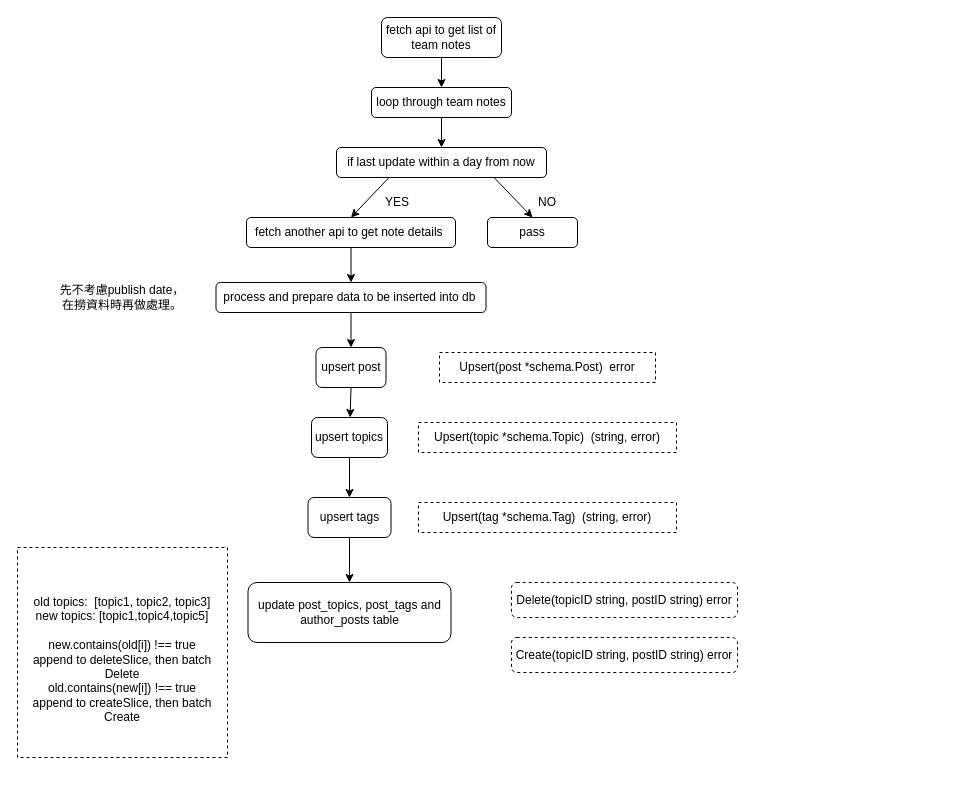
The draw.io diagram publish_post.drawio in JasonChan1129/cms-flowchart, before the edit. Source tidied: cells renumbered, new cells numbered last; positions are measured from the earlier drawing's top-left corner, leaving out a move shared by most shapes. Both pictures are drawn from the tidied source at 100%, with x=0, y=0 at pixel (17, 17).
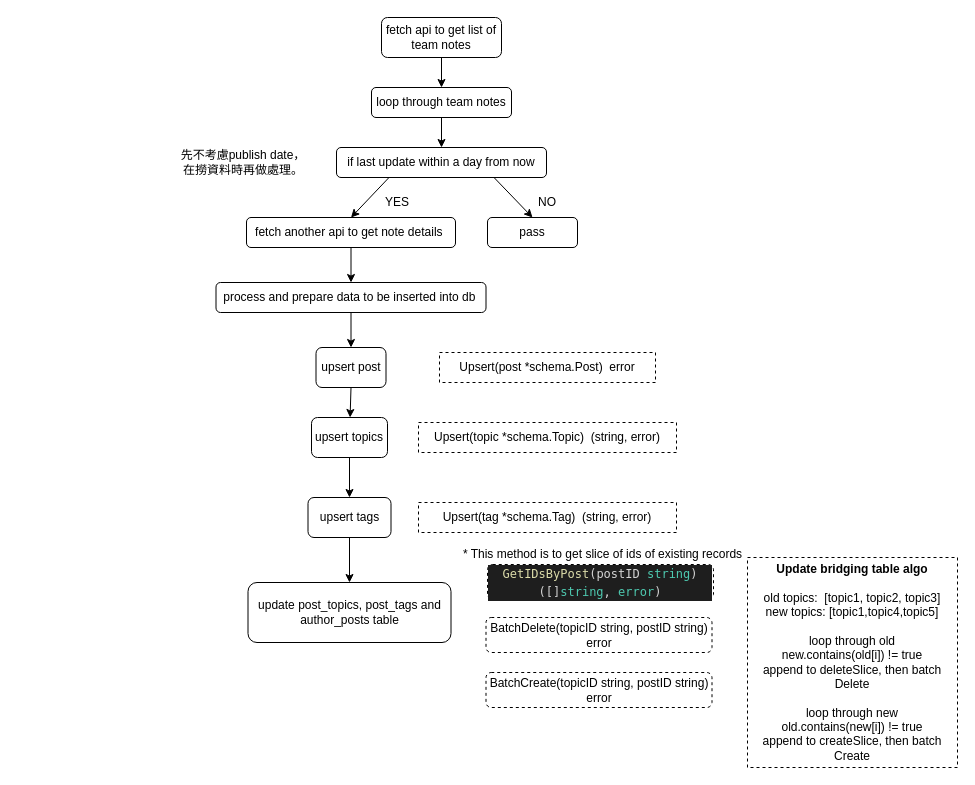
The same page after the edit.

Diff of the diagram source:
```diff
@@
-    <mxCell id="11" value="&lt;br&gt;old topics:&amp;nbsp; [topic1, topic2, topic3]&lt;br&gt;new topics: [topic1,topic4,topic5]&lt;br&gt;&lt;br&gt;new.contains(old[i]) !== true&lt;br&gt;append to deleteSlice, then batch Delete&lt;br&gt;old.contains(new[i]) !== true&lt;br&gt;append to createSlice, then batch Create" style="whiteSpace=wrap;html=1;dashed=1;rounded=0;glass=0;" parent="1" vertex="1">
-      <mxGeometry y="530" width="210" height="210" as="geometry" />
+    <mxCell id="11" value="&lt;b&gt;Update bridging table algo&lt;br&gt;&lt;/b&gt;&lt;br&gt;old topics:&amp;nbsp; [topic1, topic2, topic3]&lt;br&gt;new topics: [topic1,topic4,topic5]&lt;br&gt;&lt;br&gt;loop through old&lt;br&gt;new.contains(old[i]) != true&lt;br&gt;append to deleteSlice, then batch Delete&lt;br&gt;&lt;br&gt;loop through new&lt;br&gt;old.contains(new[i]) != true&lt;br&gt;append to createSlice, then batch Create" style="whiteSpace=wrap;html=1;dashed=1;rounded=0;glass=0;" parent="1" vertex="1">
+      <mxGeometry x="730" y="540" width="210" height="210" as="geometry" />
     </mxCell>
     <mxCell id="12" value="先不考慮publish date，在撈資料時再做處理。" style="text;html=1;strokeColor=none;fillColor=none;align=center;verticalAlign=middle;whiteSpace=wrap;rounded=0;glass=0;dashed=1;" parent="1" vertex="1">
-      <mxGeometry x="40" y="240" width="130" height="80" as="geometry" />
+      <mxGeometry x="160.5" y="105" width="130" height="80" as="geometry" />
     </mxCell>
@@
-    <mxCell id="28" value="Delete(topicID string, postID string) error" style="rounded=1;whiteSpace=wrap;html=1;glass=0;dashed=1;" parent="1" vertex="1">
-      <mxGeometry x="494" y="565" width="226" height="35" as="geometry" />
+    <mxCell id="28" value="BatchDelete(topicID string, postID string) error" style="rounded=1;whiteSpace=wrap;html=1;glass=0;dashed=1;" parent="1" vertex="1">
+      <mxGeometry x="468.5" y="600" width="226" height="35" as="geometry" />
     </mxCell>
-    <mxCell id="29" value="Create(topicID string, postID string) error" style="rounded=1;whiteSpace=wrap;html=1;glass=0;dashed=1;" parent="1" vertex="1">
-      <mxGeometry x="494" y="620" width="226" height="35" as="geometry" />
+    <mxCell id="29" value="BatchCreate(topicID string, postID string) error" style="rounded=1;whiteSpace=wrap;html=1;glass=0;dashed=1;" parent="1" vertex="1">
+      <mxGeometry x="468.5" y="655" width="226" height="35" as="geometry" />
     </mxCell>
+    <mxCell id="30" value="&lt;p style=&quot;background-color: rgb(30 , 30 , 30) ; line-height: 18px ; color: rgb(212 , 212 , 212) ; font-family: &amp;#34;menlo&amp;#34; , &amp;#34;monaco&amp;#34; , &amp;#34;courier new&amp;#34; , monospace&quot;&gt;&lt;span style=&quot;color: rgb(220 , 220 , 170)&quot;&gt;GetIDsByPost&lt;/span&gt;(postID &lt;span style=&quot;color: rgb(78 , 201 , 176)&quot;&gt;string&lt;/span&gt;) ([]&lt;span style=&quot;color: rgb(78 , 201 , 176)&quot;&gt;string&lt;/span&gt;, &lt;span style=&quot;color: rgb(78 , 201 , 176)&quot;&gt;error&lt;/span&gt;)&lt;/p&gt;" style="rounded=1;whiteSpace=wrap;html=1;glass=0;dashed=1;" parent="1" vertex="1">
+      <mxGeometry x="470" y="547" width="226" height="35" as="geometry" />
+    </mxCell>
+    <mxCell id="31" value="* This method is to get slice of ids of existing records" style="text;html=1;align=center;verticalAlign=middle;fillColor=none;strokeColor=none;rounded=0;fontFamily=Helvetica;" parent="1" vertex="1">
+      <mxGeometry x="440" y="527" width="290" height="20" as="geometry" />
+    </mxCell>
```
